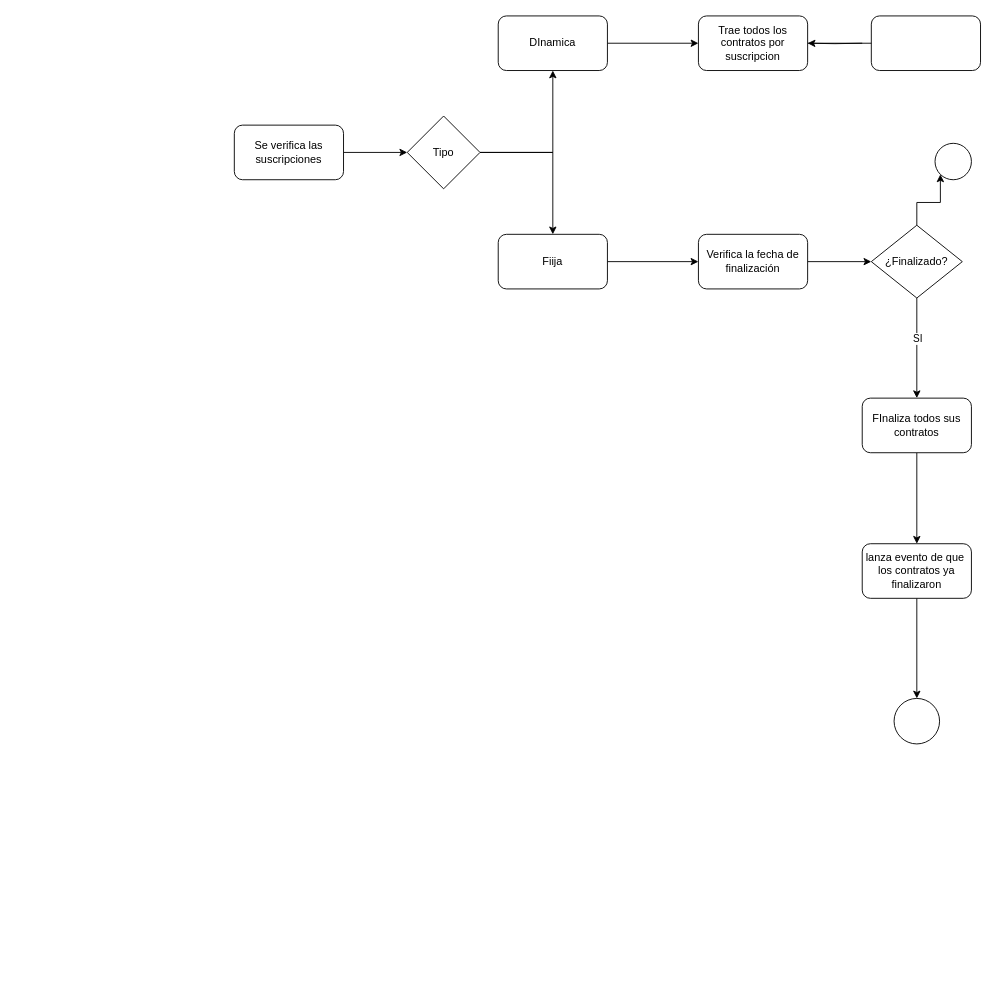
Earlier version of the draw.io diagram page "Notificacion de actividad" (3 of 3) of reources/diagrams/suscription.drawio (leobar37/wellness). Source tidied: cells renumbered, new cells numbered last; positions are measured from the earlier drawing's top-left corner, leaving out a move shared by most shapes. Both pictures are drawn from the tidied source at 91%, with x=0, y=0 at pixel (234, 15).
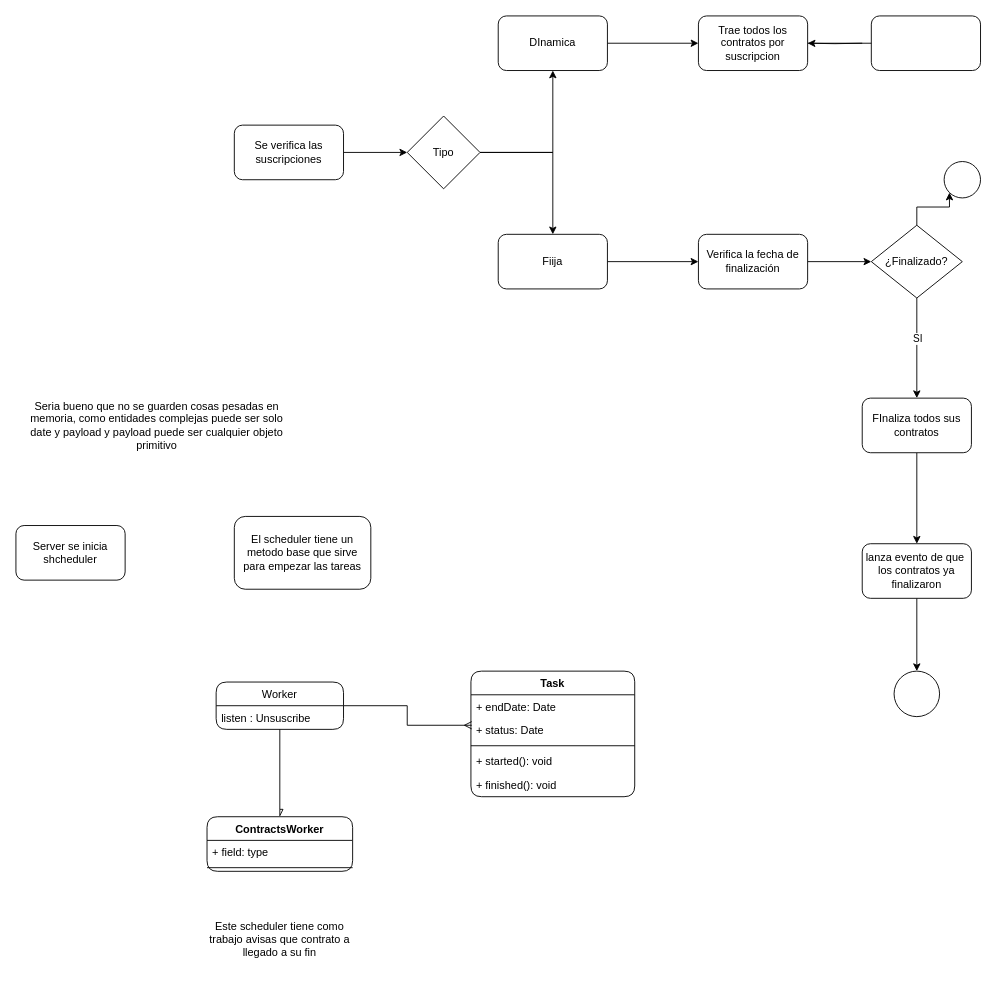
The same diagram, later.

Commit message (it also covers changes not shown here):
chore : started scheduler

The edit, as a diff of the source:
```diff
@@
     <mxCell id="21" style="ellipse;whiteSpace=wrap;html=1;" parent="1" vertex="1">
-      <mxGeometry x="725" y="750" width="50" height="50" as="geometry" />
+      <mxGeometry x="725" y="720" width="50" height="50" as="geometry" />
     </mxCell>
     <mxCell id="22" style="ellipse;whiteSpace=wrap;html=1;" parent="1" vertex="1">
-      <mxGeometry x="770" y="140" width="40" height="40" as="geometry" />
+      <mxGeometry x="780" y="160" width="40" height="40" as="geometry" />
     </mxCell>
@@
+    <mxCell id="27" value="Server se inicia shcheduler" style="rounded=1;whiteSpace=wrap;html=1;" parent="1" vertex="1">
+      <mxGeometry x="-240" y="560" width="120" height="60" as="geometry" />
+    </mxCell>
+    <mxCell id="28" value="El scheduler tiene un metodo base que sirve para empezar las tareas" style="rounded=1;whiteSpace=wrap;html=1;" parent="1" vertex="1">
+      <mxGeometry y="550" width="150" height="80" as="geometry" />
+    </mxCell>
+    <mxCell id="29" value="Seria bueno que no se guarden cosas pesadas en memoria, como entidades complejas puede ser solo date y payload y payload puede ser cualquier objeto primitivo" style="text;html=1;strokeColor=none;fillColor=none;align=center;verticalAlign=middle;whiteSpace=wrap;rounded=0;" parent="1" vertex="1">
+      <mxGeometry x="-230" y="385" width="290" height="130" as="geometry" />
+    </mxCell>
+    <mxCell id="30" value="Task" style="swimlane;fontStyle=1;align=center;verticalAlign=top;horizontal=1;startSize=26;rounded=1;" parent="1" vertex="1">
+      <mxGeometry x="260" y="720" width="180" height="138" as="geometry" />
+    </mxCell>
+    <mxCell id="31" value="+ endDate: Date" style="text;strokeColor=none;fillColor=none;align=left;verticalAlign=top;spacingLeft=4;spacingRight=4;overflow=hidden;" parent="30" vertex="1">
+      <mxGeometry y="26" width="180" height="26" as="geometry" />
+    </mxCell>
+    <mxCell id="32" value="+ status: Date" style="text;strokeColor=none;fillColor=none;align=left;verticalAlign=top;spacingLeft=4;spacingRight=4;overflow=hidden;points=[[0,0.5],[1,0.5]];portConstraint=eastwest;" parent="30" vertex="1">
+      <mxGeometry y="52" width="180" height="26" as="geometry" />
+    </mxCell>
+    <mxCell id="33" style="line;strokeWidth=1;fillColor=none;align=left;verticalAlign=middle;spacingTop=-1;spacingLeft=3;spacingRight=3;labelPosition=right;" parent="30" vertex="1">
+      <mxGeometry y="78" width="180" height="8" as="geometry" />
+    </mxCell>
+    <mxCell id="34" value="+ started(): void" style="text;strokeColor=none;fillColor=none;align=left;verticalAlign=top;spacingLeft=4;spacingRight=4;overflow=hidden;" parent="30" vertex="1">
+      <mxGeometry y="86" width="180" height="26" as="geometry" />
+    </mxCell>
+    <mxCell id="35" value="+ finished(): void" style="text;strokeColor=none;fillColor=none;align=left;verticalAlign=top;spacingLeft=4;spacingRight=4;overflow=hidden;" parent="30" vertex="1">
+      <mxGeometry y="112" width="180" height="26" as="geometry" />
+    </mxCell>
+    <mxCell id="36" style="edgeStyle=orthogonalEdgeStyle;rounded=0;jettySize=auto;html=1;entryX=0.005;entryY=0.288;entryDx=0;entryDy=0;entryPerimeter=0;endArrow=ERmany;endFill=0;" parent="1" edge="1" source="38" target="32">
+      <mxGeometry relative="1" as="geometry" />
+    </mxCell>
+    <mxCell id="37" style="edgeStyle=orthogonalEdgeStyle;rounded=0;jettySize=auto;html=1;endArrow=async;endFill=0;" parent="1" edge="1" source="38" target="40">
+      <mxGeometry relative="1" as="geometry" />
+    </mxCell>
+    <mxCell id="38" value="Worker" style="swimlane;fontStyle=0;horizontal=1;startSize=26;fillColor=none;rounded=1;" parent="1" vertex="1">
+      <mxGeometry x="-20" y="732" width="140" height="52" as="geometry" />
+    </mxCell>
+    <mxCell id="39" value="listen : Unsuscribe" style="text;strokeColor=none;fillColor=none;align=left;verticalAlign=top;spacingLeft=4;spacingRight=4;overflow=hidden;" parent="38" vertex="1">
+      <mxGeometry y="26" width="140" height="26" as="geometry" />
+    </mxCell>
+    <mxCell id="40" value="ContractsWorker" style="swimlane;fontStyle=1;align=center;verticalAlign=top;horizontal=1;startSize=26;rounded=1;" parent="1" vertex="1">
+      <mxGeometry x="-30" y="880" width="160" height="60" as="geometry" />
+    </mxCell>
+    <mxCell id="41" value="+ field: type" style="text;strokeColor=none;fillColor=none;align=left;verticalAlign=top;spacingLeft=4;spacingRight=4;overflow=hidden;" parent="40" vertex="1">
+      <mxGeometry y="26" width="160" height="26" as="geometry" />
+    </mxCell>
+    <mxCell id="42" style="line;strokeWidth=1;fillColor=none;align=left;verticalAlign=middle;spacingTop=-1;spacingLeft=3;spacingRight=3;labelPosition=right;" parent="40" vertex="1">
+      <mxGeometry y="52" width="160" height="8" as="geometry" />
+    </mxCell>
+    <mxCell id="43" value="Este scheduler tiene como trabajo avisas que contrato a llegado a su fin" style="text;html=1;strokeColor=none;fillColor=none;align=center;verticalAlign=middle;whiteSpace=wrap;rounded=0;" parent="1" vertex="1">
+      <mxGeometry x="-30" y="980" width="160" height="70" as="geometry" />
+    </mxCell>
```
